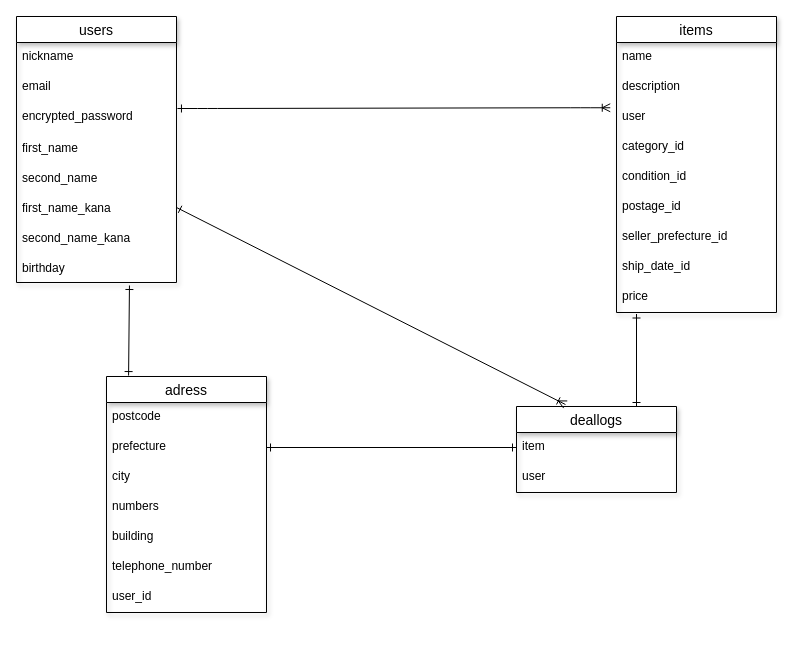
Above: er.dio in bay-kuy/furima-37440 (draw.io), before the change. Source tidied: cells renumbered, new cells numbered last; positions are measured from the earlier drawing's top-left corner, leaving out a move shared by most shapes. Both pictures are drawn from the tidied source at 100%, with x=0, y=0 at pixel (16, 16).
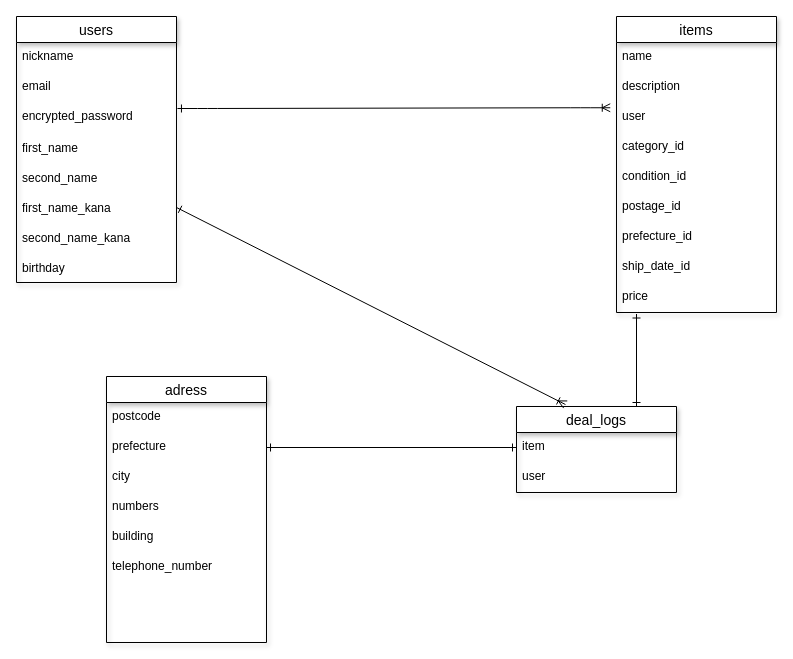
The same page after the edit.

Commit message (it also covers changes not shown here):
コード修正

指摘のあった箇所を修正。

The change refers to these unchanged cells:
```xml
<mxCell id="11" value="birthday" style="text;strokeColor=none;fillColor=none;spacingLeft=4;spacingRight=4;overflow=hidden;points=[[0,0.5],[1,0.5]];portConstraint=eastwest;fontSize=12;rounded=0;verticalAlign=middle;" parent="3" vertex="1">
  <mxGeometry y="236" width="160" height="30" as="geometry" />
</mxCell>
<mxCell id="13" value="items" style="swimlane;fontStyle=0;horizontal=1;startSize=26;align=center;fontSize=14;rounded=0;shadow=1;html=0;" parent="1" vertex="1">
  <mxGeometry x="600" width="160" height="296" as="geometry" />
</mxCell>
```

What changed in the source:
```diff
@@
-    <mxCell id="2" style="edgeStyle=none;html=1;startArrow=ERone;startFill=0;endArrow=ERone;endFill=0;exitX=0.706;exitY=1.1;exitDx=0;exitDy=0;exitPerimeter=0;entryX=0.138;entryY=-0.004;entryDx=0;entryDy=0;entryPerimeter=0;" parent="1" edge="1" source="11" target="27">
-      <mxGeometry relative="1" as="geometry" />
-    </mxCell>
@@
-    <mxCell id="20" value="seller_prefecture_id" style="text;strokeColor=none;fillColor=none;spacingLeft=4;spacingRight=4;overflow=hidden;fontSize=12;rounded=0;shadow=1;html=0;" parent="13" vertex="1">
+    <mxCell id="20" value="prefecture_id" style="text;strokeColor=none;fillColor=none;spacingLeft=4;spacingRight=4;overflow=hidden;fontSize=12;rounded=0;shadow=1;html=0;" parent="13" vertex="1">
       <mxGeometry y="206" width="160" height="30" as="geometry" />
     </mxCell>
@@
-    <mxCell id="24" value="deallogs" style="swimlane;fontStyle=0;horizontal=1;startSize=26;align=center;fontSize=14;rounded=0;shadow=1;html=0;" parent="1" vertex="1">
+    <mxCell id="24" value="deal_logs" style="swimlane;fontStyle=0;horizontal=1;startSize=26;align=center;fontSize=14;rounded=0;shadow=1;html=0;" parent="1" vertex="1">
       <mxGeometry x="500" y="390" width="160" height="86" as="geometry" />
     </mxCell>
@@
     <mxCell id="27" value="adress" style="swimlane;fontStyle=0;horizontal=1;startSize=26;align=center;fontSize=14;rounded=0;shadow=1;html=0;" parent="1" vertex="1">
-      <mxGeometry x="90" y="360" width="160" height="236" as="geometry" />
+      <mxGeometry x="90" y="360" width="160" height="266" as="geometry" />
     </mxCell>
@@
-    <mxCell id="34" value="user_id" style="text;strokeColor=none;fillColor=none;spacingLeft=4;spacingRight=4;overflow=hidden;fontSize=12;rounded=0;shadow=1;html=0;" parent="27" vertex="1">
-      <mxGeometry y="206" width="160" height="30" as="geometry" />
-    </mxCell>
+    <mxCell id="37" style="text;strokeColor=none;fillColor=none;spacingLeft=4;spacingRight=4;overflow=hidden;fontSize=12;rounded=0;shadow=1;html=0;" parent="27" vertex="1">
+      <mxGeometry y="206" width="160" height="30" as="geometry" />
+    </mxCell>
+    <mxCell id="2" style="text;strokeColor=none;fillColor=none;spacingLeft=4;spacingRight=4;overflow=hidden;fontSize=12;rounded=0;shadow=1;html=0;" parent="27" vertex="1">
+      <mxGeometry y="236" width="160" height="30" as="geometry" />
+    </mxCell>
```
